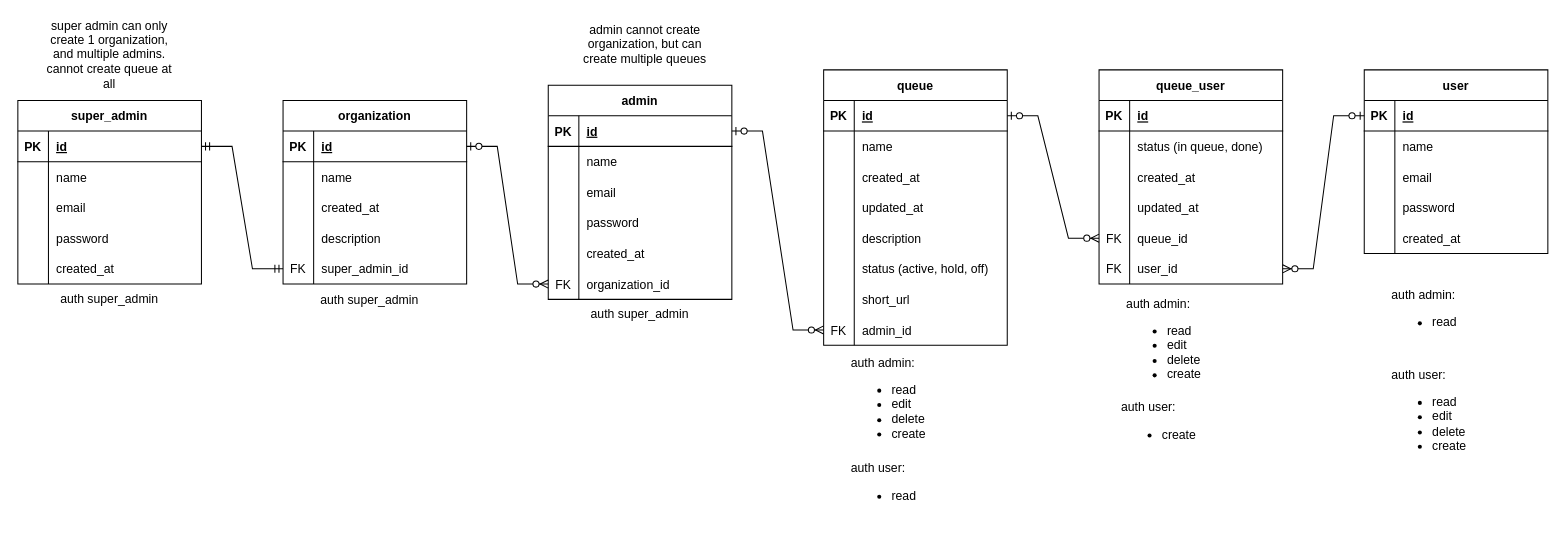
Before: antriin-erd.drawio in firdausraginda/antriin.id, a draw.io diagram. Source tidied: cells renumbered, new cells numbered last; positions are measured from the earlier drawing's top-left corner, leaving out a move shared by most shapes. Both pictures are drawn from the tidied source at 102%, with x=0, y=0 at pixel (17, 29).
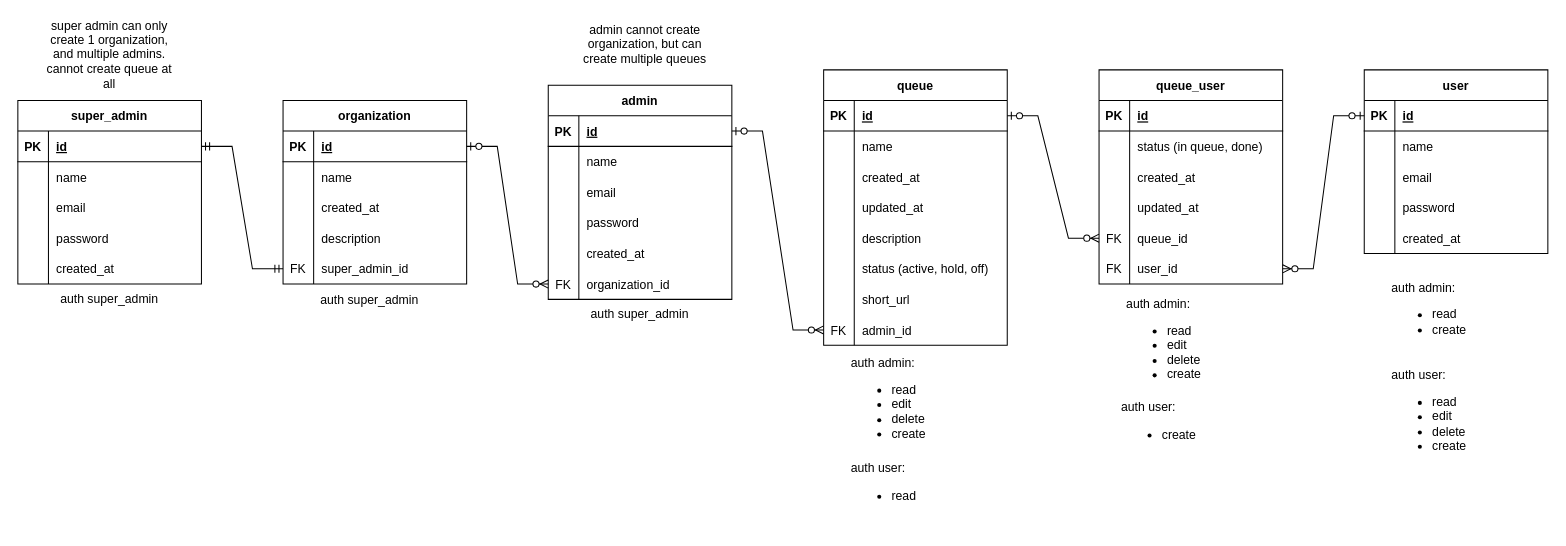
The same page after the edit.

Change to the diagram source:
```diff
@@
-    <mxCell id="126" value="auth admin:&lt;br&gt;&lt;ul&gt;&lt;li&gt;read&lt;/li&gt;&lt;/ul&gt;" style="text;html=1;strokeColor=none;fillColor=none;align=left;verticalAlign=middle;whiteSpace=wrap;rounded=0;" parent="1" vertex="1">
+    <mxCell id="126" value="auth admin:&lt;br&gt;&lt;ul&gt;&lt;li&gt;read&lt;/li&gt;&lt;li&gt;create&lt;/li&gt;&lt;/ul&gt;" style="text;html=1;strokeColor=none;fillColor=none;align=left;verticalAlign=middle;whiteSpace=wrap;rounded=0;" parent="1" vertex="1">
       <mxGeometry x="1345" y="240" width="130" height="80" as="geometry" />
     </mxCell>
```
